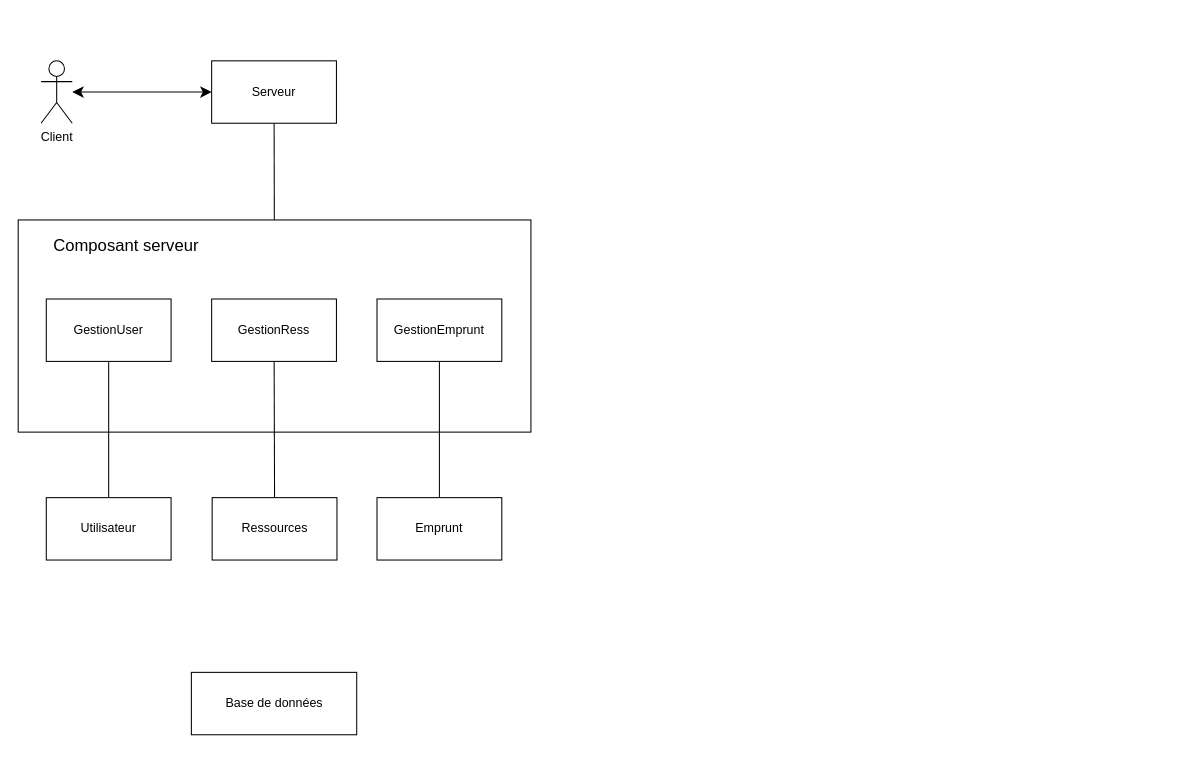
Earlier version of the draw.io diagram diagrammeDeploiement.drawio (Louis97150/Devoirs-IFN5153). Source tidied: cells renumbered, new cells numbered last; positions are measured from the earlier drawing's top-left corner, leaving out a move shared by most shapes. Both pictures are drawn from the tidied source at 104%, with x=0, y=0 at pixel (18, 60).
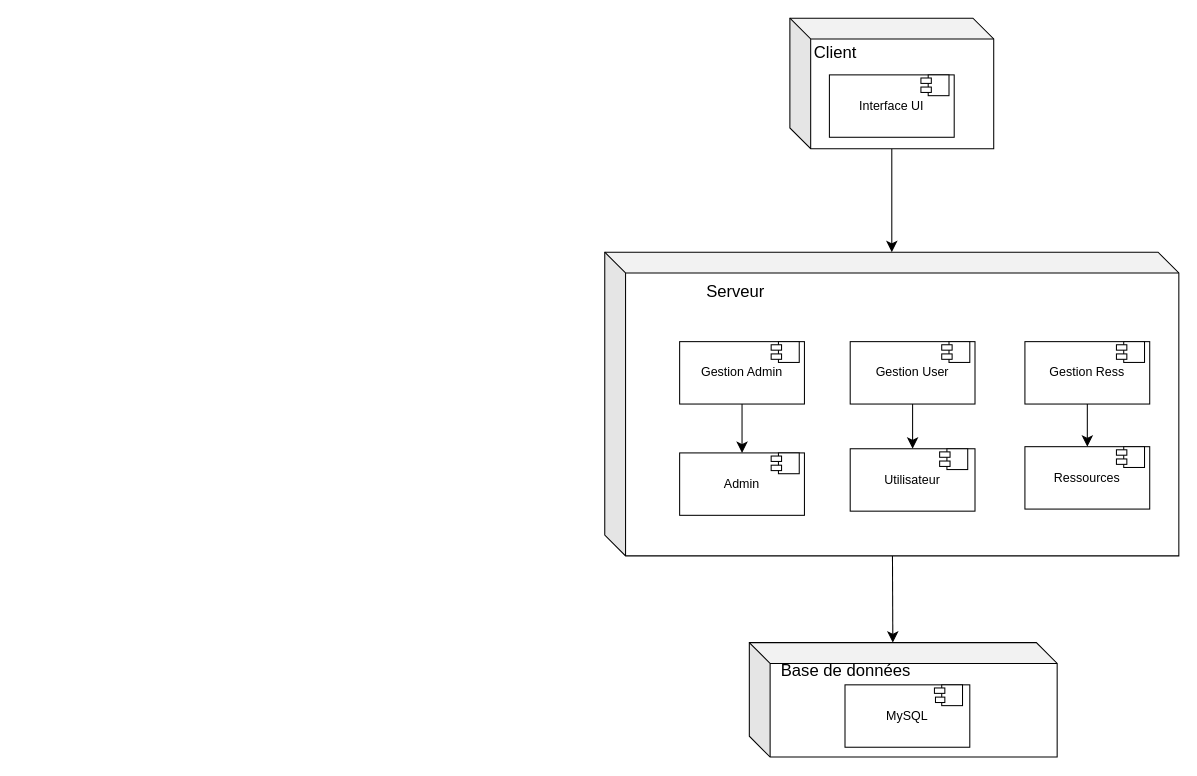
The same page after the edit.

Change to the diagram source:
```diff
@@
-    <mxCell id="2" style="edgeStyle=none;curved=1;rounded=0;jettySize=auto;html=1;entryX=0;entryY=0.5;entryDx=0;entryDy=0;fontSize=12;startSize=8;endSize=8;startArrow=classic;startFill=1;" parent="1" edge="1" source="3" target="5">
-      <mxGeometry relative="1" as="geometry" />
-    </mxCell>
+    <mxCell id="18" style="edgeStyle=none;curved=1;rounded=0;jettySize=auto;html=1;fontSize=12;startSize=8;endSize=8;" parent="1" edge="1" source="19" target="24">
+      <mxGeometry relative="1" as="geometry" />
+    </mxCell>
+    <mxCell id="19" style="shape=cube;whiteSpace=wrap;html=1;boundedLbl=1;backgroundOutline=1;darkOpacity=0.05;darkOpacity2=0.1;" parent="1" vertex="1">
+      <mxGeometry x="742" y="-41" width="196" height="125.5" as="geometry" />
+    </mxCell>
-    <mxCell id="3" value="Client" style="shape=umlActor;verticalLabelPosition=bottom;verticalAlign=top;html=1;outlineConnect=0;" parent="1" vertex="1">
-      <mxGeometry x="22" width="30" height="60" as="geometry" />
+    <mxCell id="3" value="Client" style="text;strokeColor=none;fillColor=none;html=1;align=center;verticalAlign=middle;whiteSpace=wrap;rounded=0;fontSize=16;" parent="1" vertex="1">
+      <mxGeometry x="756" y="-23.5" width="60" height="30" as="geometry" />
     </mxCell>
-    <mxCell id="4" style="edgeStyle=none;curved=1;rounded=0;jettySize=auto;html=1;fontSize=12;startSize=8;endSize=8;endArrow=none;startFill=0;" parent="1" edge="1" source="5" target="6">
-      <mxGeometry relative="1" as="geometry" />
-    </mxCell>
+    <mxCell id="20" value="Interface UI" style="rounded=0;whiteSpace=wrap;html=1;" parent="1" vertex="1">
+      <mxGeometry x="780" y="13.5" width="120" height="60" as="geometry" />
+    </mxCell>
+    <mxCell id="21" style="rounded=0;whiteSpace=wrap;html=1;" parent="1" vertex="1">
+      <mxGeometry x="875" y="13.5" width="20" height="20" as="geometry" />
+    </mxCell>
+    <mxCell id="22" style="rounded=0;whiteSpace=wrap;html=1;" parent="1" vertex="1">
+      <mxGeometry x="868" y="16.5" width="10" height="5.2" as="geometry" />
+    </mxCell>
+    <mxCell id="23" style="rounded=0;whiteSpace=wrap;html=1;" parent="1" vertex="1">
+      <mxGeometry x="868" y="25.2" width="10" height="5.2" as="geometry" />
+    </mxCell>
+    <mxCell id="24" style="shape=cube;whiteSpace=wrap;html=1;boundedLbl=1;backgroundOutline=1;darkOpacity=0.05;darkOpacity2=0.1;" parent="1" vertex="1">
+      <mxGeometry x="564" y="184" width="552" height="292" as="geometry" />
+    </mxCell>
-    <mxCell id="5" value="Serveur" style="rounded=0;whiteSpace=wrap;html=1;" parent="1" vertex="1">
-      <mxGeometry x="186" width="120" height="60" as="geometry" />
+    <mxCell id="5" value="Serveur" style="text;strokeColor=none;fillColor=none;html=1;align=center;verticalAlign=middle;whiteSpace=wrap;rounded=0;fontSize=16;" parent="1" vertex="1">
+      <mxGeometry x="608" y="214" width="164" height="15" as="geometry" />
     </mxCell>
-    <mxCell id="6" style="rounded=0;whiteSpace=wrap;html=1;" parent="1" vertex="1">
-      <mxGeometry y="153" width="493" height="204" as="geometry" />
-    </mxCell>
-    <mxCell id="7" value="Composant serveur" style="text;strokeColor=none;fillColor=none;html=1;align=center;verticalAlign=middle;whiteSpace=wrap;rounded=0;fontSize=16;" parent="1" vertex="1">
-      <mxGeometry x="22" y="169" width="164" height="15" as="geometry" />
-    </mxCell>
-    <mxCell id="8" style="edgeStyle=none;curved=1;rounded=0;jettySize=auto;html=1;fontSize=12;startSize=8;endSize=8;endArrow=none;startFill=0;" parent="1" edge="1" source="9" target="14">
-      <mxGeometry relative="1" as="geometry" />
-    </mxCell>
-    <mxCell id="9" value="GestionUser" style="rounded=0;whiteSpace=wrap;html=1;" parent="1" vertex="1">
-      <mxGeometry x="27" y="229" width="120" height="60" as="geometry" />
-    </mxCell>
-    <mxCell id="10" style="edgeStyle=none;curved=1;rounded=0;jettySize=auto;html=1;entryX=0.5;entryY=0;entryDx=0;entryDy=0;fontSize=12;startSize=8;endSize=8;endArrow=none;startFill=0;" parent="1" edge="1" source="11" target="15">
-      <mxGeometry relative="1" as="geometry" />
-    </mxCell>
-    <mxCell id="11" value="GestionRess" style="rounded=0;whiteSpace=wrap;html=1;" parent="1" vertex="1">
-      <mxGeometry x="186" y="229" width="120" height="60" as="geometry" />
-    </mxCell>
-    <mxCell id="12" style="edgeStyle=none;curved=1;rounded=0;jettySize=auto;html=1;entryX=0.5;entryY=0;entryDx=0;entryDy=0;fontSize=12;startSize=8;endSize=8;endArrow=none;startFill=0;" parent="1" edge="1" source="13" target="16">
-      <mxGeometry relative="1" as="geometry" />
-    </mxCell>
-    <mxCell id="13" value="GestionEmprunt" style="rounded=0;whiteSpace=wrap;html=1;" parent="1" vertex="1">
-      <mxGeometry x="345" y="229" width="120" height="60" as="geometry" />
-    </mxCell>
+    <mxCell id="25" style="edgeStyle=none;curved=1;rounded=0;jettySize=auto;html=1;entryX=0.5;entryY=0;entryDx=0;entryDy=0;fontSize=12;startSize=8;endSize=8;" parent="1" edge="1" source="26" target="40">
+      <mxGeometry relative="1" as="geometry" />
+    </mxCell>
+    <mxCell id="26" value="Gestion Admin" style="rounded=0;whiteSpace=wrap;html=1;" parent="1" vertex="1">
+      <mxGeometry x="636" y="270" width="120" height="60" as="geometry" />
+    </mxCell>
+    <mxCell id="27" style="rounded=0;whiteSpace=wrap;html=1;" parent="1" vertex="1">
+      <mxGeometry x="731" y="270" width="20" height="20" as="geometry" />
+    </mxCell>
+    <mxCell id="28" style="rounded=0;whiteSpace=wrap;html=1;" parent="1" vertex="1">
+      <mxGeometry x="724" y="273" width="10" height="5.2" as="geometry" />
+    </mxCell>
+    <mxCell id="29" style="rounded=0;whiteSpace=wrap;html=1;" parent="1" vertex="1">
+      <mxGeometry x="724" y="281.8" width="10" height="5.2" as="geometry" />
+    </mxCell>
+    <mxCell id="30" style="edgeStyle=none;curved=1;rounded=0;jettySize=auto;html=1;entryX=0.5;entryY=0;entryDx=0;entryDy=0;fontSize=12;startSize=8;endSize=8;" parent="1" edge="1" source="31" target="14">
+      <mxGeometry relative="1" as="geometry" />
+    </mxCell>
+    <mxCell id="31" value="Gestion User" style="rounded=0;whiteSpace=wrap;html=1;" parent="1" vertex="1">
+      <mxGeometry x="800" y="270" width="120" height="60" as="geometry" />
+    </mxCell>
+    <mxCell id="32" style="rounded=0;whiteSpace=wrap;html=1;" parent="1" vertex="1">
+      <mxGeometry x="895" y="270" width="20" height="20" as="geometry" />
+    </mxCell>
+    <mxCell id="33" style="rounded=0;whiteSpace=wrap;html=1;" parent="1" vertex="1">
+      <mxGeometry x="888" y="273" width="10" height="5.2" as="geometry" />
+    </mxCell>
+    <mxCell id="34" style="rounded=0;whiteSpace=wrap;html=1;" parent="1" vertex="1">
+      <mxGeometry x="888" y="281.8" width="10" height="5.2" as="geometry" />
+    </mxCell>
+    <mxCell id="35" style="edgeStyle=none;curved=1;rounded=0;jettySize=auto;html=1;fontSize=12;startSize=8;endSize=8;" parent="1" edge="1" source="36" target="15">
+      <mxGeometry relative="1" as="geometry" />
+    </mxCell>
+    <mxCell id="36" value="Gestion Ress" style="rounded=0;whiteSpace=wrap;html=1;" parent="1" vertex="1">
+      <mxGeometry x="968" y="270" width="120" height="60" as="geometry" />
+    </mxCell>
+    <mxCell id="37" style="rounded=0;whiteSpace=wrap;html=1;" parent="1" vertex="1">
+      <mxGeometry x="1063" y="270" width="20" height="20" as="geometry" />
+    </mxCell>
+    <mxCell id="38" style="rounded=0;whiteSpace=wrap;html=1;" parent="1" vertex="1">
+      <mxGeometry x="1056" y="273" width="10" height="5.2" as="geometry" />
+    </mxCell>
+    <mxCell id="39" style="rounded=0;whiteSpace=wrap;html=1;" parent="1" vertex="1">
+      <mxGeometry x="1056" y="281.8" width="10" height="5.2" as="geometry" />
+    </mxCell>
+    <mxCell id="40" value="Admin" style="rounded=0;whiteSpace=wrap;html=1;" parent="1" vertex="1">
+      <mxGeometry x="636" y="377" width="120" height="60" as="geometry" />
+    </mxCell>
+    <mxCell id="41" style="rounded=0;whiteSpace=wrap;html=1;" parent="1" vertex="1">
+      <mxGeometry x="731" y="377" width="20" height="20" as="geometry" />
+    </mxCell>
+    <mxCell id="42" style="rounded=0;whiteSpace=wrap;html=1;" parent="1" vertex="1">
+      <mxGeometry x="724" y="380" width="10" height="5.2" as="geometry" />
+    </mxCell>
+    <mxCell id="43" style="rounded=0;whiteSpace=wrap;html=1;" parent="1" vertex="1">
+      <mxGeometry x="724" y="388.8" width="10" height="5.2" as="geometry" />
+    </mxCell>
     <mxCell id="14" value="Utilisateur" style="rounded=0;whiteSpace=wrap;html=1;" parent="1" vertex="1">
-      <mxGeometry x="27" y="420" width="120" height="60" as="geometry" />
+      <mxGeometry x="800" y="373" width="120" height="60" as="geometry" />
     </mxCell>
+    <mxCell id="44" style="rounded=0;whiteSpace=wrap;html=1;" parent="1" vertex="1">
+      <mxGeometry x="893" y="373" width="20" height="20" as="geometry" />
+    </mxCell>
+    <mxCell id="45" style="rounded=0;whiteSpace=wrap;html=1;" parent="1" vertex="1">
+      <mxGeometry x="886" y="376" width="10" height="5.2" as="geometry" />
+    </mxCell>
+    <mxCell id="46" style="rounded=0;whiteSpace=wrap;html=1;" parent="1" vertex="1">
+      <mxGeometry x="886" y="384.8" width="10" height="5.2" as="geometry" />
+    </mxCell>
     <mxCell id="15" value="Ressources" style="rounded=0;whiteSpace=wrap;html=1;" parent="1" vertex="1">
-      <mxGeometry x="186.5" y="420" width="120" height="60" as="geometry" />
+      <mxGeometry x="968" y="371" width="120" height="60" as="geometry" />
     </mxCell>
-    <mxCell id="16" value="Emprunt" style="rounded=0;whiteSpace=wrap;html=1;" parent="1" vertex="1">
-      <mxGeometry x="345" y="420" width="120" height="60" as="geometry" />
-    </mxCell>
+    <mxCell id="47" style="rounded=0;whiteSpace=wrap;html=1;" parent="1" vertex="1">
+      <mxGeometry x="1063" y="371" width="20" height="20" as="geometry" />
+    </mxCell>
+    <mxCell id="48" style="rounded=0;whiteSpace=wrap;html=1;" parent="1" vertex="1">
+      <mxGeometry x="1056" y="374" width="10" height="5.2" as="geometry" />
+    </mxCell>
+    <mxCell id="49" style="rounded=0;whiteSpace=wrap;html=1;" parent="1" vertex="1">
+      <mxGeometry x="1056" y="382.8" width="10" height="5.2" as="geometry" />
+    </mxCell>
+    <mxCell id="50" style="shape=cube;whiteSpace=wrap;html=1;boundedLbl=1;backgroundOutline=1;darkOpacity=0.05;darkOpacity2=0.1;" parent="1" vertex="1">
+      <mxGeometry x="703" y="559.4" width="296" height="110" as="geometry" />
+    </mxCell>
-    <mxCell id="17" value="Base de données" style="rounded=0;whiteSpace=wrap;html=1;" parent="1" vertex="1">
-      <mxGeometry x="166.5" y="588" width="159" height="60" as="geometry" />
+    <mxCell id="17" value="Base de données" style="text;strokeColor=none;fillColor=none;html=1;align=center;verticalAlign=middle;whiteSpace=wrap;rounded=0;fontSize=16;" parent="1" vertex="1">
+      <mxGeometry x="714" y="578" width="164" height="15" as="geometry" />
     </mxCell>
+    <mxCell id="51" value="MySQL" style="rounded=0;whiteSpace=wrap;html=1;" parent="1" vertex="1">
+      <mxGeometry x="795" y="600" width="120" height="60" as="geometry" />
+    </mxCell>
+    <mxCell id="52" style="rounded=0;whiteSpace=wrap;html=1;" parent="1" vertex="1">
+      <mxGeometry x="888" y="600" width="20" height="20" as="geometry" />
+    </mxCell>
+    <mxCell id="53" style="rounded=0;whiteSpace=wrap;html=1;" parent="1" vertex="1">
+      <mxGeometry x="881" y="603" width="10" height="5.2" as="geometry" />
+    </mxCell>
+    <mxCell id="54" style="rounded=0;whiteSpace=wrap;html=1;" parent="1" vertex="1">
+      <mxGeometry x="882" y="611.8" width="9" height="5.2" as="geometry" />
+    </mxCell>
+    <mxCell id="55" style="edgeStyle=none;curved=1;rounded=0;jettySize=auto;html=1;entryX=0;entryY=0;entryDx=138.00000000000003;entryDy=0;entryPerimeter=0;fontSize=12;startSize=8;endSize=8;" parent="1" edge="1" source="24" target="50">
+      <mxGeometry relative="1" as="geometry" />
+    </mxCell>
```
